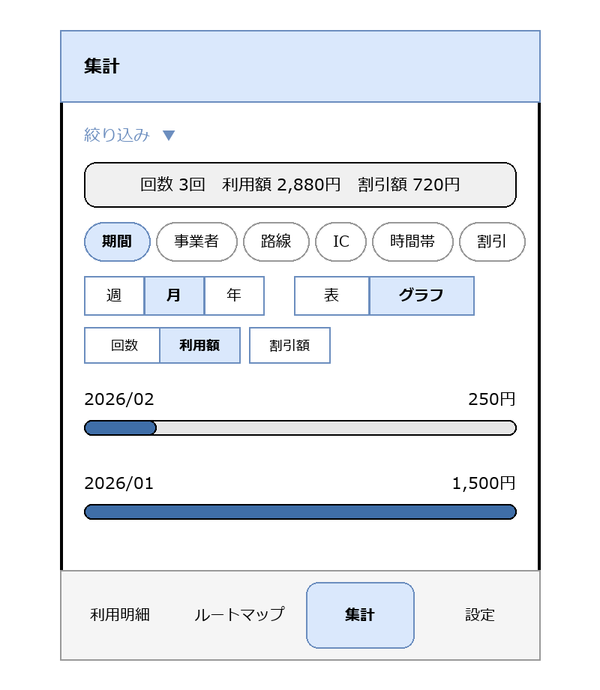
Before: docs/systems/screens/images/SCR-006-aggregation-graph.drawio.png, a diagram exported from draw.io (hnt1028/etc-meisai). Source tidied: cells renumbered, new cells last; positions are measured from the earlier drawing's top-left corner, leaving out a move shared by most shapes. Its diagram source:
```xml
<mxGraphModel>
  <root>
    <mxCell id="0" />
    <mxCell id="1" parent="0" />
    <mxCell id="2" style="rounded=1;whiteSpace=wrap;html=1;arcSize=3;strokeWidth=2;" parent="1" vertex="1">
      <mxGeometry width="320" height="420" as="geometry" />
    </mxCell>
    <mxCell id="3" value="集計" style="rounded=0;whiteSpace=wrap;html=1;align=left;spacingLeft=16;fontStyle=1;fillColor=#dae8fc;strokeColor=#6c8ebf;" parent="1" vertex="1">
      <mxGeometry width="320" height="48" as="geometry" />
    </mxCell>
    <mxCell id="4" value="絞り込み  ▼" style="text;html=1;align=left;verticalAlign=middle;fontSize=11;fontColor=#6c8ebf;" parent="1" vertex="1">
      <mxGeometry x="16" y="56" width="288" height="28" as="geometry" />
    </mxCell>
    <mxCell id="5" value="回数 3回　利用額 2,880円　割引額 720円" style="rounded=1;whiteSpace=wrap;html=1;arcSize=20;fillColor=#f0f0f0;strokeColor=none;fontSize=11;" parent="1" vertex="1">
      <mxGeometry x="16" y="88" width="288" height="30" as="geometry" />
    </mxCell>
    <mxCell id="6" value="期間" style="rounded=1;whiteSpace=wrap;html=1;arcSize=50;fontSize=10;fillColor=#dae8fc;strokeColor=#6c8ebf;fontStyle=1;" parent="1" vertex="1">
      <mxGeometry x="16" y="128" width="44" height="26" as="geometry" />
    </mxCell>
    <mxCell id="7" value="事業者" style="rounded=1;whiteSpace=wrap;html=1;arcSize=50;fontSize=10;fillColor=none;strokeColor=#999999;" parent="1" vertex="1">
      <mxGeometry x="64" y="128" width="54" height="26" as="geometry" />
    </mxCell>
    <mxCell id="8" value="路線" style="rounded=1;whiteSpace=wrap;html=1;arcSize=50;fontSize=10;fillColor=none;strokeColor=#999999;" parent="1" vertex="1">
      <mxGeometry x="122" y="128" width="44" height="26" as="geometry" />
    </mxCell>
    <mxCell id="9" value="IC" style="rounded=1;whiteSpace=wrap;html=1;arcSize=50;fontSize=10;fillColor=none;strokeColor=#999999;" parent="1" vertex="1">
      <mxGeometry x="170" y="128" width="34" height="26" as="geometry" />
    </mxCell>
    <mxCell id="10" value="時間帯" style="rounded=1;whiteSpace=wrap;html=1;arcSize=50;fontSize=10;fillColor=none;strokeColor=#999999;" parent="1" vertex="1">
      <mxGeometry x="208" y="128" width="54" height="26" as="geometry" />
    </mxCell>
    <mxCell id="11" value="割引" style="rounded=1;whiteSpace=wrap;html=1;arcSize=50;fontSize=10;fillColor=none;strokeColor=#999999;" parent="1" vertex="1">
      <mxGeometry x="266" y="128" width="44" height="26" as="geometry" />
    </mxCell>
    <mxCell id="12" value="週" style="rounded=0;whiteSpace=wrap;html=1;fontSize=10;fillColor=none;strokeColor=#6c8ebf;" parent="1" vertex="1">
      <mxGeometry x="16" y="164" width="40" height="26" as="geometry" />
    </mxCell>
    <mxCell id="13" value="月" style="rounded=0;whiteSpace=wrap;html=1;fontSize=10;fillColor=#dae8fc;strokeColor=#6c8ebf;fontStyle=1;" parent="1" vertex="1">
      <mxGeometry x="56" y="164" width="40" height="26" as="geometry" />
    </mxCell>
    <mxCell id="14" value="年" style="rounded=0;whiteSpace=wrap;html=1;fontSize=10;fillColor=none;strokeColor=#6c8ebf;" parent="1" vertex="1">
      <mxGeometry x="96" y="164" width="40" height="26" as="geometry" />
    </mxCell>
    <mxCell id="15" value="表" style="rounded=0;whiteSpace=wrap;html=1;fontSize=10;fillColor=none;strokeColor=#6c8ebf;" parent="1" vertex="1">
      <mxGeometry x="156" y="164" width="50" height="26" as="geometry" />
    </mxCell>
    <mxCell id="16" value="グラフ" style="rounded=0;whiteSpace=wrap;html=1;fontSize=10;fillColor=#dae8fc;strokeColor=#6c8ebf;fontStyle=1;" parent="1" vertex="1">
      <mxGeometry x="206" y="164" width="70" height="26" as="geometry" />
    </mxCell>
    <mxCell id="17" value="回数" style="rounded=0;whiteSpace=wrap;html=1;fontSize=9;fillColor=none;strokeColor=#6c8ebf;" parent="1" vertex="1">
      <mxGeometry x="16" y="198" width="54" height="24" as="geometry" />
    </mxCell>
    <mxCell id="18" value="利用額" style="rounded=0;whiteSpace=wrap;html=1;fontSize=9;fillColor=#dae8fc;strokeColor=#6c8ebf;fontStyle=1;" parent="1" vertex="1">
      <mxGeometry x="66" y="198" width="54" height="24" as="geometry" />
    </mxCell>
    <mxCell id="19" value="割引額" style="rounded=0;whiteSpace=wrap;html=1;fontSize=9;fillColor=none;strokeColor=#6c8ebf;" parent="1" vertex="1">
      <mxGeometry x="126" y="198" width="54" height="24" as="geometry" />
    </mxCell>
    <mxCell id="20" value="2026/02" style="text;html=1;align=left;verticalAlign=middle;fontSize=11;" parent="1" vertex="1">
      <mxGeometry x="16" y="236" width="150" height="20" as="geometry" />
    </mxCell>
    <mxCell id="21" value="250円" style="text;html=1;align=right;verticalAlign=middle;fontSize=11;" parent="1" vertex="1">
      <mxGeometry x="204" y="236" width="100" height="20" as="geometry" />
    </mxCell>
    <mxCell id="22" style="rounded=1;whiteSpace=wrap;html=1;arcSize=30;fillColor=#e6e6e6;strokeColor=none;" parent="1" vertex="1">
      <mxGeometry x="16" y="260" width="288" height="10" as="geometry" />
    </mxCell>
    <mxCell id="23" style="rounded=1;whiteSpace=wrap;html=1;arcSize=30;fillColor=#3f6ea8;strokeColor=none;" parent="1" vertex="1">
      <mxGeometry x="16" y="260" width="48" height="10" as="geometry" />
    </mxCell>
    <mxCell id="24" value="2026/01" style="text;html=1;align=left;verticalAlign=middle;fontSize=11;" parent="1" vertex="1">
      <mxGeometry x="16" y="292" width="150" height="20" as="geometry" />
    </mxCell>
    <mxCell id="25" value="1,500円" style="text;html=1;align=right;verticalAlign=middle;fontSize=11;" parent="1" vertex="1">
      <mxGeometry x="204" y="292" width="100" height="20" as="geometry" />
    </mxCell>
    <mxCell id="26" style="rounded=1;whiteSpace=wrap;html=1;arcSize=30;fillColor=#e6e6e6;strokeColor=none;" parent="1" vertex="1">
      <mxGeometry x="16" y="316" width="288" height="10" as="geometry" />
    </mxCell>
    <mxCell id="27" style="rounded=1;whiteSpace=wrap;html=1;arcSize=30;fillColor=#3f6ea8;strokeColor=none;" parent="1" vertex="1">
      <mxGeometry x="16" y="316" width="288" height="10" as="geometry" />
    </mxCell>
    <mxCell id="28" style="rounded=0;whiteSpace=wrap;html=1;fillColor=#f5f5f5;strokeColor=#999999;" parent="1" vertex="1">
      <mxGeometry y="360" width="320" height="60" as="geometry" />
    </mxCell>
    <mxCell id="29" value="利用明細" style="rounded=1;whiteSpace=wrap;html=1;arcSize=40;fontSize=10;fillColor=none;strokeColor=#f5f5f5;" parent="1" vertex="1">
      <mxGeometry x="4" y="368" width="72" height="44" as="geometry" />
    </mxCell>
    <mxCell id="30" value="ルートマップ" style="rounded=1;whiteSpace=wrap;html=1;arcSize=40;fontSize=10;fillColor=none;strokeColor=#f5f5f5;" parent="1" vertex="1">
      <mxGeometry x="84" y="368" width="72" height="44" as="geometry" />
    </mxCell>
    <mxCell id="31" value="集計" style="rounded=1;whiteSpace=wrap;html=1;arcSize=40;fontSize=10;fillColor=#dae8fc;strokeColor=#6c8ebf;fontStyle=1;" parent="1" vertex="1">
      <mxGeometry x="164" y="368" width="72" height="44" as="geometry" />
    </mxCell>
    <mxCell id="32" value="設定" style="rounded=1;whiteSpace=wrap;html=1;arcSize=40;fontSize=10;fillColor=none;strokeColor=#f5f5f5;" parent="1" vertex="1">
      <mxGeometry x="244" y="368" width="72" height="44" as="geometry" />
    </mxCell>
  </root>
</mxGraphModel>
```
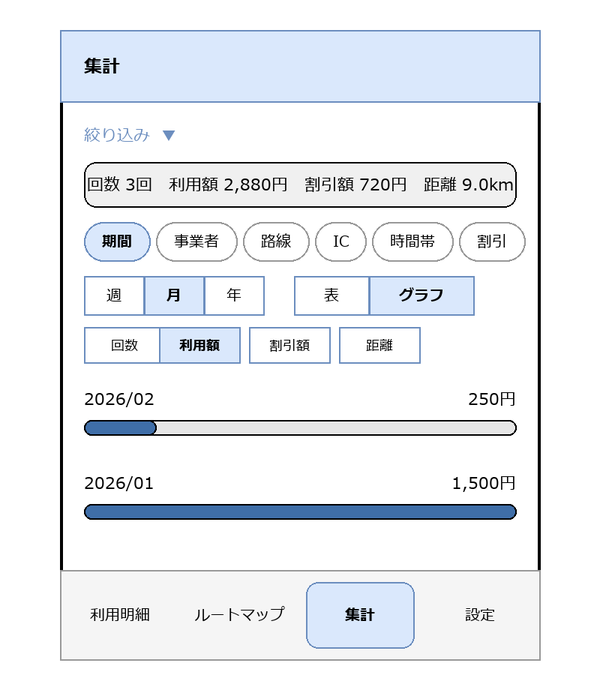
The same diagram one commit later.

Change to the diagram source:
```diff
@@ -11,7 +11,7 @@
     <mxCell id="4" value="絞り込み  ▼" style="text;html=1;align=left;verticalAlign=middle;fontSize=11;fontColor=#6c8ebf;" parent="1" vertex="1">
       <mxGeometry x="16" y="56" width="288" height="28" as="geometry" />
     </mxCell>
-    <mxCell id="5" value="回数 3回　利用額 2,880円　割引額 720円" style="rounded=1;whiteSpace=wrap;html=1;arcSize=20;fillColor=#f0f0f0;strokeColor=none;fontSize=11;" parent="1" vertex="1">
+    <mxCell id="5" value="回数 3回　利用額 2,880円　割引額 720円　距離 9.0km" style="rounded=1;whiteSpace=wrap;html=1;arcSize=20;fillColor=#f0f0f0;strokeColor=none;fontSize=11;" parent="1" vertex="1">
       <mxGeometry x="16" y="88" width="288" height="30" as="geometry" />
     </mxCell>
     <mxCell id="6" value="期間" style="rounded=1;whiteSpace=wrap;html=1;arcSize=50;fontSize=10;fillColor=#dae8fc;strokeColor=#6c8ebf;fontStyle=1;" parent="1" vertex="1">
@@ -56,44 +56,47 @@
     <mxCell id="19" value="割引額" style="rounded=0;whiteSpace=wrap;html=1;fontSize=9;fillColor=none;strokeColor=#6c8ebf;" parent="1" vertex="1">
       <mxGeometry x="126" y="198" width="54" height="24" as="geometry" />
     </mxCell>
-    <mxCell id="20" value="2026/02" style="text;html=1;align=left;verticalAlign=middle;fontSize=11;" parent="1" vertex="1">
-      <mxGeometry x="16" y="236" width="150" height="20" as="geometry" />
+    <mxCell id="20" value="距離" style="rounded=0;whiteSpace=wrap;html=1;fontSize=9;fillColor=none;strokeColor=#6c8ebf;" parent="1" vertex="1">
+      <mxGeometry x="186" y="198" width="54" height="24" as="geometry" />
     </mxCell>
-    <mxCell id="21" value="250円" style="text;html=1;align=right;verticalAlign=middle;fontSize=11;" parent="1" vertex="1">
-      <mxGeometry x="204" y="236" width="100" height="20" as="geometry" />
+    <mxCell id="21" value="2026/02" style="text;html=1;align=left;verticalAlign=middle;fontSize=11;" parent="1" vertex="1">
+      <mxGeometry x="16" y="236" width="150" height="20" as="geometry" />
     </mxCell>
-    <mxCell id="22" style="rounded=1;whiteSpace=wrap;html=1;arcSize=30;fillColor=#e6e6e6;strokeColor=none;" parent="1" vertex="1">
-      <mxGeometry x="16" y="260" width="288" height="10" as="geometry" />
+    <mxCell id="22" value="250円" style="text;html=1;align=right;verticalAlign=middle;fontSize=11;" parent="1" vertex="1">
+      <mxGeometry x="204" y="236" width="100" height="20" as="geometry" />
     </mxCell>
-    <mxCell id="23" style="rounded=1;whiteSpace=wrap;html=1;arcSize=30;fillColor=#3f6ea8;strokeColor=none;" parent="1" vertex="1">
-      <mxGeometry x="16" y="260" width="48" height="10" as="geometry" />
+    <mxCell id="23" style="rounded=1;whiteSpace=wrap;html=1;arcSize=30;fillColor=#e6e6e6;strokeColor=none;" parent="1" vertex="1">
+      <mxGeometry x="16" y="260" width="288" height="10" as="geometry" />
     </mxCell>
-    <mxCell id="24" value="2026/01" style="text;html=1;align=left;verticalAlign=middle;fontSize=11;" parent="1" vertex="1">
-      <mxGeometry x="16" y="292" width="150" height="20" as="geometry" />
+    <mxCell id="24" style="rounded=1;whiteSpace=wrap;html=1;arcSize=30;fillColor=#3f6ea8;strokeColor=none;" parent="1" vertex="1">
+      <mxGeometry x="16" y="260" width="48" height="10" as="geometry" />
     </mxCell>
-    <mxCell id="25" value="1,500円" style="text;html=1;align=right;verticalAlign=middle;fontSize=11;" parent="1" vertex="1">
-      <mxGeometry x="204" y="292" width="100" height="20" as="geometry" />
+    <mxCell id="25" value="2026/01" style="text;html=1;align=left;verticalAlign=middle;fontSize=11;" parent="1" vertex="1">
+      <mxGeometry x="16" y="292" width="150" height="20" as="geometry" />
     </mxCell>
-    <mxCell id="26" style="rounded=1;whiteSpace=wrap;html=1;arcSize=30;fillColor=#e6e6e6;strokeColor=none;" parent="1" vertex="1">
-      <mxGeometry x="16" y="316" width="288" height="10" as="geometry" />
+    <mxCell id="26" value="1,500円" style="text;html=1;align=right;verticalAlign=middle;fontSize=11;" parent="1" vertex="1">
+      <mxGeometry x="204" y="292" width="100" height="20" as="geometry" />
     </mxCell>
-    <mxCell id="27" style="rounded=1;whiteSpace=wrap;html=1;arcSize=30;fillColor=#3f6ea8;strokeColor=none;" parent="1" vertex="1">
+    <mxCell id="27" style="rounded=1;whiteSpace=wrap;html=1;arcSize=30;fillColor=#e6e6e6;strokeColor=none;" parent="1" vertex="1">
       <mxGeometry x="16" y="316" width="288" height="10" as="geometry" />
     </mxCell>
-    <mxCell id="28" style="rounded=0;whiteSpace=wrap;html=1;fillColor=#f5f5f5;strokeColor=#999999;" parent="1" vertex="1">
-      <mxGeometry y="360" width="320" height="60" as="geometry" />
+    <mxCell id="28" style="rounded=1;whiteSpace=wrap;html=1;arcSize=30;fillColor=#3f6ea8;strokeColor=none;" parent="1" vertex="1">
+      <mxGeometry x="16" y="316" width="288" height="10" as="geometry" />
     </mxCell>
-    <mxCell id="29" value="利用明細" style="rounded=1;whiteSpace=wrap;html=1;arcSize=40;fontSize=10;fillColor=none;strokeColor=#f5f5f5;" parent="1" vertex="1">
-      <mxGeometry x="4" y="368" width="72" height="44" as="geometry" />
+    <mxCell id="29" style="rounded=0;whiteSpace=wrap;html=1;fillColor=#f5f5f5;strokeColor=#999999;" parent="1" vertex="1">
+      <mxGeometry y="360" width="320" height="60" as="geometry" />
     </mxCell>
-    <mxCell id="30" value="ルートマップ" style="rounded=1;whiteSpace=wrap;html=1;arcSize=40;fontSize=10;fillColor=none;strokeColor=#f5f5f5;" parent="1" vertex="1">
-      <mxGeometry x="84" y="368" width="72" height="44" as="geometry" />
+    <mxCell id="30" value="利用明細" style="rounded=1;whiteSpace=wrap;html=1;arcSize=40;fontSize=10;fillColor=none;strokeColor=#f5f5f5;" parent="1" vertex="1">
+      <mxGeometry x="4" y="368" width="72" height="44" as="geometry" />
     </mxCell>
-    <mxCell id="31" value="集計" style="rounded=1;whiteSpace=wrap;html=1;arcSize=40;fontSize=10;fillColor=#dae8fc;strokeColor=#6c8ebf;fontStyle=1;" parent="1" vertex="1">
-      <mxGeometry x="164" y="368" width="72" height="44" as="geometry" />
+    <mxCell id="31" value="ルートマップ" style="rounded=1;whiteSpace=wrap;html=1;arcSize=40;fontSize=10;fillColor=none;strokeColor=#f5f5f5;" parent="1" vertex="1">
+      <mxGeometry x="84" y="368" width="72" height="44" as="geometry" />
     </mxCell>
-    <mxCell id="32" value="設定" style="rounded=1;whiteSpace=wrap;html=1;arcSize=40;fontSize=10;fillColor=none;strokeColor=#f5f5f5;" parent="1" vertex="1">
-      <mxGeometry x="244" y="368" width="72" height="44" as="geometry" />
+    <mxCell id="32" value="集計" style="rounded=1;whiteSpace=wrap;html=1;arcSize=40;fontSize=10;fillColor=#dae8fc;strokeColor=#6c8ebf;fontStyle=1;" parent="1" vertex="1">
+      <mxGeometry x="164" y="368" width="72" height="44" as="geometry" />
     </mxCell>
+    <mxCell id="33" value="設定" style="rounded=1;whiteSpace=wrap;html=1;arcSize=40;fontSize=10;fillColor=none;strokeColor=#f5f5f5;" parent="1" vertex="1">
+      <mxGeometry x="244" y="368" width="72" height="44" as="geometry" />
+    </mxCell>
   </root>
 </mxGraphModel>
```
